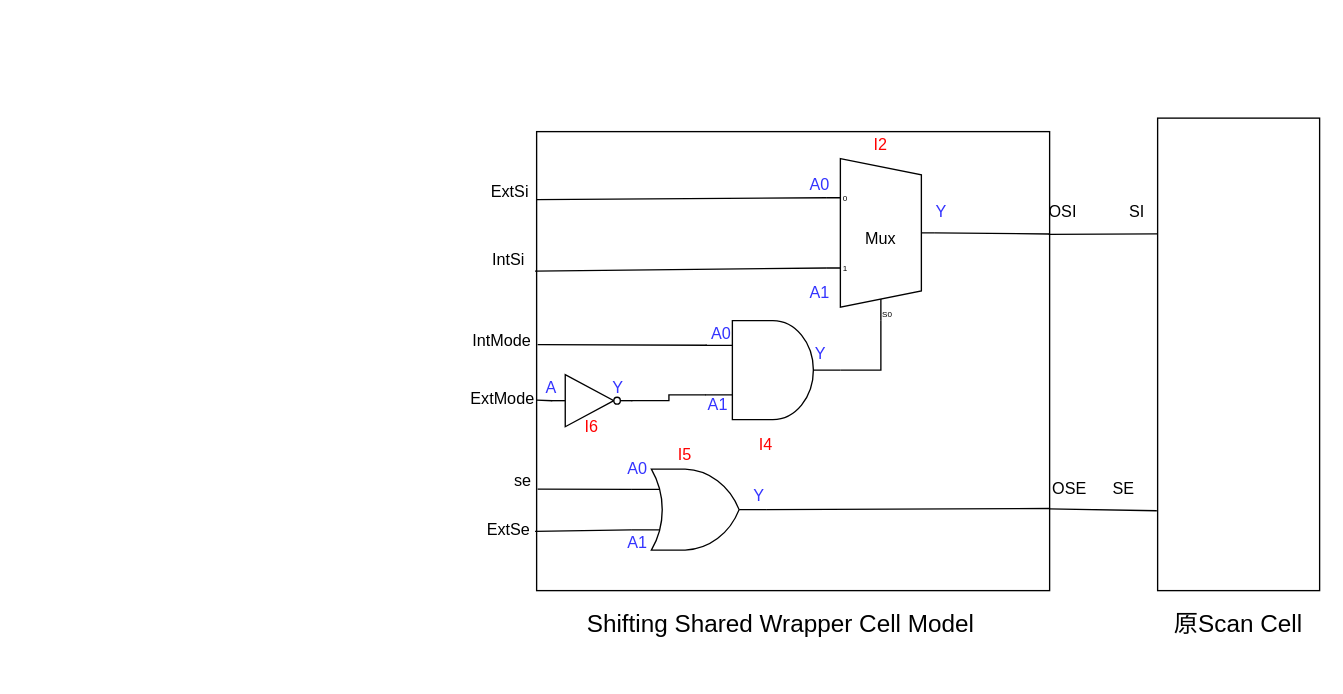
Above: shiftingSharedWrapper.drawio in Gao-June/Algorithm_Exercise (draw.io), before the change. Source tidied: cells renumbered, new cells numbered last; positions are measured from the earlier drawing's top-left corner, leaving out a move shared by most shapes. Both pictures are drawn from the tidied source at 135%, with x=0, y=0 at pixel (468, 23).
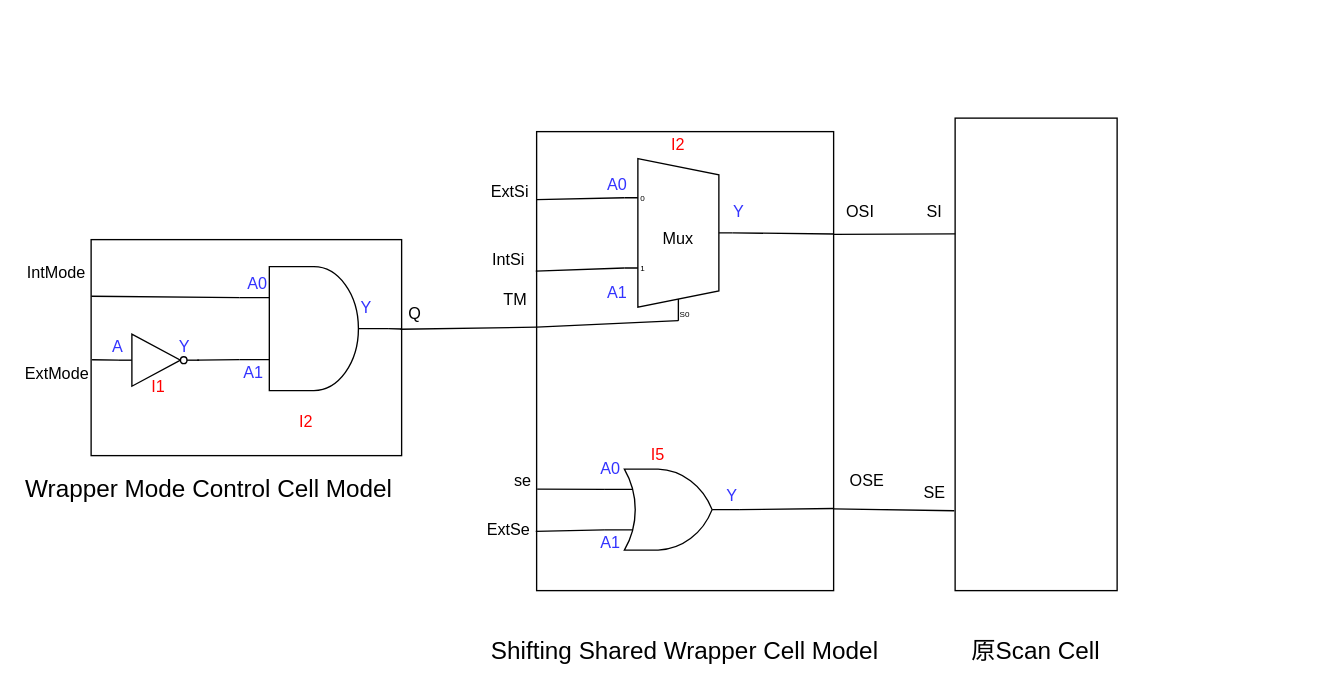
After the change.

Unchanged cells that the change refers to:
```xml
<mxCell id="6" value="Mux" style="shadow=0;dashed=0;align=center;html=1;strokeWidth=1;shape=mxgraph.electrical.abstract.mux2;whiteSpace=wrap;direction=east;flipH=0;flipV=0;" parent="5" vertex="1">
  <mxGeometry x="20" y="20" width="80" height="120" as="geometry" />
</mxCell>
```

The edit, as a diff of the source:
```diff
@@
     <mxCell id="2" style="rounded=0;whiteSpace=wrap;html=1;" parent="1" vertex="1">
-      <mxGeometry x="50" y="80" width="380" height="340" as="geometry" />
+      <mxGeometry x="50" y="80" width="220" height="340" as="geometry" />
     </mxCell>
     <mxCell id="3" value="&lt;font style=&quot;font-size: 18px;&quot;&gt;Shifting Shared Wrapper Cell Model&lt;/font&gt;" style="text;html=1;align=center;verticalAlign=middle;whiteSpace=wrap;rounded=0;" parent="1" vertex="1">
-      <mxGeometry x="41" y="430" width="380" height="30" as="geometry" />
+      <mxGeometry x="-30" y="450" width="380" height="30" as="geometry" />
     </mxCell>
     <mxCell id="4" style="group;" parent="1" vertex="1">
-      <mxGeometry x="270" width="240" height="230" as="geometry" />
+      <mxGeometry x="120" width="240" height="230" as="geometry" />
     </mxCell>
@@
-    <mxCell id="13" style="group;" parent="1" vertex="1">
-      <mxGeometry x="41" y="260" width="89" height="45" as="geometry" />
-    </mxCell>
-    <mxCell id="14" value="&lt;font style=&quot;color: rgb(51, 51, 255);&quot;&gt;A&lt;/font&gt;" style="text;html=1;align=center;verticalAlign=middle;whiteSpace=wrap;rounded=0;" parent="13" vertex="1">
-      <mxGeometry x="10" width="20" height="20" as="geometry" />
-    </mxCell>
-    <mxCell id="15" style="verticalLabelPosition=bottom;shadow=0;dashed=0;align=center;html=1;verticalAlign=top;shape=mxgraph.electrical.logic_gates.inverter_2;" parent="13" vertex="1">
-      <mxGeometry x="20" width="60" height="38.6" as="geometry" />
-    </mxCell>
-    <mxCell id="16" value="&lt;font style=&quot;color: rgb(255, 0, 0);&quot;&gt;I6&lt;/font&gt;" style="text;html=1;align=center;verticalAlign=middle;whiteSpace=wrap;rounded=0;" parent="13" vertex="1">
-      <mxGeometry x="41" y="32.1" width="18" height="12.9" as="geometry" />
-    </mxCell>
-    <mxCell id="17" value="&lt;font style=&quot;color: rgb(51, 51, 255);&quot;&gt;Y&lt;/font&gt;" style="text;html=1;align=center;verticalAlign=middle;whiteSpace=wrap;rounded=0;" parent="13" vertex="1">
-      <mxGeometry x="59" width="21" height="20" as="geometry" />
-    </mxCell>
-    <mxCell id="18" value="IntMode" style="text;html=1;align=center;verticalAlign=middle;whiteSpace=wrap;rounded=0;" parent="1" vertex="1">
-      <mxGeometry y="220" width="49" height="30" as="geometry" />
-    </mxCell>
-    <mxCell id="19" value="ExtMode" style="text;html=1;align=center;verticalAlign=middle;whiteSpace=wrap;rounded=0;" parent="1" vertex="1">
-      <mxGeometry y="262.5" width="50" height="30" as="geometry" />
-    </mxCell>
@@
     <mxCell id="22" style="group;" parent="1" vertex="1">
-      <mxGeometry x="110" y="310" width="120" height="85" as="geometry" />
+      <mxGeometry x="90" y="310" width="120" height="85" as="geometry" />
     </mxCell>
@@
     <mxCell id="30" style="rounded=0;whiteSpace=wrap;html=1;" parent="1" vertex="1">
-      <mxGeometry x="510" y="70" width="120" height="350" as="geometry" />
+      <mxGeometry x="360" y="70" width="120" height="350" as="geometry" />
     </mxCell>
     <mxCell id="31" value="&lt;font style=&quot;font-size: 18px;&quot;&gt;原Scan Cell&lt;/font&gt;" style="text;html=1;align=center;verticalAlign=middle;whiteSpace=wrap;rounded=0;" parent="1" vertex="1">
-      <mxGeometry x="520" y="430" width="100" height="30" as="geometry" />
+      <mxGeometry x="370" y="450" width="100" height="30" as="geometry" />
     </mxCell>
     <mxCell id="32" value="OSE" style="text;html=1;align=center;verticalAlign=middle;whiteSpace=wrap;rounded=0;" parent="1" vertex="1">
-      <mxGeometry x="430" y="330" width="30" height="30" as="geometry" />
+      <mxGeometry x="280" y="323.9" width="30" height="30" as="geometry" />
     </mxCell>
     <mxCell id="33" value="SE" style="text;html=1;align=center;verticalAlign=middle;whiteSpace=wrap;rounded=0;" parent="1" vertex="1">
-      <mxGeometry x="470" y="333" width="30" height="23.9" as="geometry" />
+      <mxGeometry x="330" y="336.1" width="30" height="23.9" as="geometry" />
     </mxCell>
-    <mxCell id="34" style="group;" parent="1" vertex="1">
-      <mxGeometry x="175" y="220" width="100" height="103.9" as="geometry" />
-    </mxCell>
-    <mxCell id="35" value="&lt;font style=&quot;color: rgb(51, 51, 255);&quot;&gt;Y&lt;/font&gt;" style="text;html=1;align=center;verticalAlign=middle;whiteSpace=wrap;rounded=0;" parent="34" vertex="1">
-      <mxGeometry x="80" y="17.5" width="11" height="15" as="geometry" />
-    </mxCell>
-    <mxCell id="36" style="group;" parent="34" vertex="1">
-      <mxGeometry width="100" height="103.9" as="geometry" />
-    </mxCell>
-    <mxCell id="37" value="&lt;font style=&quot;color: rgb(51, 51, 255);&quot;&gt;A0&lt;/font&gt;" style="text;html=1;align=center;verticalAlign=middle;whiteSpace=wrap;rounded=0;" parent="36" vertex="1">
-      <mxGeometry x="5" width="14" height="20" as="geometry" />
-    </mxCell>
-    <mxCell id="38" style="verticalLabelPosition=bottom;shadow=0;dashed=0;align=center;html=1;verticalAlign=top;shape=mxgraph.electrical.logic_gates.logic_gate;operation=and;" parent="36" vertex="1">
-      <mxGeometry width="100" height="73.3" as="geometry" />
-    </mxCell>
-    <mxCell id="39" value="&lt;font style=&quot;color: rgb(255, 0, 0);&quot;&gt;I4&lt;/font&gt;" style="text;html=1;align=center;verticalAlign=middle;whiteSpace=wrap;rounded=0;" parent="36" vertex="1">
-      <mxGeometry x="30" y="79.4" width="30" height="24.4" as="geometry" />
-    </mxCell>
-    <mxCell id="40" value="&lt;font style=&quot;color: rgb(51, 51, 255);&quot;&gt;A1&lt;/font&gt;" style="text;html=1;align=center;verticalAlign=middle;whiteSpace=wrap;rounded=0;" parent="36" vertex="1">
-      <mxGeometry y="53.3" width="19" height="20" as="geometry" />
-    </mxCell>
-    <mxCell id="41" style="endArrow=none;html=1;rounded=0;exitX=0.026;exitY=0.085;exitDx=0;exitDy=0;exitPerimeter=0;entryX=0.983;entryY=0.498;entryDx=0;entryDy=0;entryPerimeter=0;edgeStyle=elbowEdgeStyle;" parent="1" edge="1" source="40" target="15">
-      <mxGeometry relative="1" as="geometry" />
-    </mxCell>
-    <mxCell id="42" style="endArrow=none;html=1;rounded=0;entryX=0.009;entryY=0.502;entryDx=0;entryDy=0;entryPerimeter=0;exitX=0;exitY=0.585;exitDx=0;exitDy=0;exitPerimeter=0;" parent="1" edge="1" source="2" target="15">
-      <mxGeometry relative="1" as="geometry" />
-    </mxCell>
-    <mxCell id="43" style="endArrow=none;html=1;rounded=0;entryX=0.012;entryY=0.249;entryDx=0;entryDy=0;entryPerimeter=0;exitX=0.002;exitY=0.464;exitDx=0;exitDy=0;exitPerimeter=0;" parent="1" edge="1" source="2" target="38">
-      <mxGeometry relative="1" as="geometry" />
-    </mxCell>
@@
-    <mxCell id="48" style="endArrow=none;html=1;rounded=0;entryX=0.375;entryY=1;entryDx=10;entryDy=0;entryPerimeter=0;exitX=1;exitY=0.5;exitDx=0;exitDy=0;exitPerimeter=0;edgeStyle=orthogonalEdgeStyle;elbow=vertical;" parent="1" edge="1" source="38" target="6">
-      <mxGeometry relative="1" as="geometry" />
-    </mxCell>
@@
+    <mxCell id="53" value="TM" style="text;html=1;align=center;verticalAlign=middle;whiteSpace=wrap;rounded=0;" parent="1" vertex="1">
+      <mxGeometry x="19" y="190" width="31" height="30" as="geometry" />
+    </mxCell>
+    <mxCell id="54" style="endArrow=none;html=1;rounded=0;entryX=0.375;entryY=1;entryDx=10;entryDy=0;entryPerimeter=0;exitX=0;exitY=0.426;exitDx=0;exitDy=0;exitPerimeter=0;" parent="1" edge="1" source="2" target="6">
+      <mxGeometry relative="1" as="geometry" />
+    </mxCell>
+    <mxCell id="55" value="&lt;font style=&quot;font-size: 18px;&quot;&gt;Wrapper Mode Control Cell Model&lt;/font&gt;" style="text;html=1;align=center;verticalAlign=middle;whiteSpace=wrap;rounded=0;" parent="1" vertex="1">
+      <mxGeometry x="-330" y="330" width="275.2" height="30" as="geometry" />
+    </mxCell>
+    <mxCell id="56" style="group;" parent="1" vertex="1">
+      <mxGeometry x="-330" y="160" width="300" height="160" as="geometry" />
+    </mxCell>
+    <mxCell id="57" style="rounded=0;whiteSpace=wrap;html=1;" parent="56" vertex="1">
+      <mxGeometry x="50" width="230" height="160" as="geometry" />
+    </mxCell>
+    <mxCell id="58" style="group;" parent="56" vertex="1">
+      <mxGeometry x="50" y="70" width="89" height="45" as="geometry" />
+    </mxCell>
+    <mxCell id="14" value="&lt;font style=&quot;color: rgb(51, 51, 255);&quot;&gt;A&lt;/font&gt;" style="text;html=1;align=center;verticalAlign=middle;whiteSpace=wrap;rounded=0;" parent="58" vertex="1">
+      <mxGeometry x="10" width="20" height="20" as="geometry" />
+    </mxCell>
+    <mxCell id="15" style="verticalLabelPosition=bottom;shadow=0;dashed=0;align=center;html=1;verticalAlign=top;shape=mxgraph.electrical.logic_gates.inverter_2;" parent="58" vertex="1">
+      <mxGeometry x="20" width="60" height="38.6" as="geometry" />
+    </mxCell>
+    <mxCell id="59" value="&lt;font style=&quot;color: rgb(255, 0, 0);&quot;&gt;I1&lt;/font&gt;" style="text;html=1;align=center;verticalAlign=middle;whiteSpace=wrap;rounded=0;" parent="58" vertex="1">
+      <mxGeometry x="41" y="32.1" width="18" height="12.9" as="geometry" />
+    </mxCell>
+    <mxCell id="17" value="&lt;font style=&quot;color: rgb(51, 51, 255);&quot;&gt;Y&lt;/font&gt;" style="text;html=1;align=center;verticalAlign=middle;whiteSpace=wrap;rounded=0;" parent="58" vertex="1">
+      <mxGeometry x="59" width="21" height="20" as="geometry" />
+    </mxCell>
+    <mxCell id="60" style="group;" parent="56" vertex="1">
+      <mxGeometry x="160" y="20" width="110" height="130" as="geometry" />
+    </mxCell>
+    <mxCell id="35" value="&lt;font style=&quot;color: rgb(51, 51, 255);&quot;&gt;Y&lt;/font&gt;" style="text;html=1;align=center;verticalAlign=middle;whiteSpace=wrap;rounded=0;" parent="60" vertex="1">
+      <mxGeometry x="88" y="21.9" width="12.1" height="18.8" as="geometry" />
+    </mxCell>
+    <mxCell id="61" style="group;" parent="60" vertex="1">
+      <mxGeometry width="110" height="130" as="geometry" />
+    </mxCell>
+    <mxCell id="37" value="&lt;font style=&quot;color: rgb(51, 51, 255);&quot;&gt;A0&lt;/font&gt;" style="text;html=1;align=center;verticalAlign=middle;whiteSpace=wrap;rounded=0;" parent="61" vertex="1">
+      <mxGeometry x="5.5" width="15.4" height="25" as="geometry" />
+    </mxCell>
+    <mxCell id="62" style="verticalLabelPosition=bottom;shadow=0;dashed=0;align=center;html=1;verticalAlign=top;shape=mxgraph.electrical.logic_gates.logic_gate;operation=and;" parent="61" vertex="1">
+      <mxGeometry width="110" height="91.8" as="geometry" />
+    </mxCell>
+    <mxCell id="63" value="&lt;font style=&quot;color: rgb(255, 0, 0);&quot;&gt;I2&lt;/font&gt;" style="text;html=1;align=center;verticalAlign=middle;whiteSpace=wrap;rounded=0;" parent="61" vertex="1">
+      <mxGeometry x="33" y="99.4" width="33" height="30.6" as="geometry" />
+    </mxCell>
+    <mxCell id="40" value="&lt;font style=&quot;color: rgb(51, 51, 255);&quot;&gt;A1&lt;/font&gt;" style="text;html=1;align=center;verticalAlign=middle;whiteSpace=wrap;rounded=0;" parent="61" vertex="1">
+      <mxGeometry y="66.7" width="20.9" height="25" as="geometry" />
+    </mxCell>
+    <mxCell id="64" style="endArrow=none;html=1;rounded=0;exitX=0.976;exitY=0.5;exitDx=0;exitDy=0;exitPerimeter=0;entryX=0;entryY=0.75;entryDx=0;entryDy=0;entryPerimeter=0;" parent="56" edge="1" source="15" target="62">
+      <mxGeometry relative="1" as="geometry" />
+    </mxCell>
+    <mxCell id="18" value="IntMode" style="text;html=1;align=center;verticalAlign=middle;whiteSpace=wrap;rounded=0;" parent="56" vertex="1">
+      <mxGeometry y="10" width="49" height="30" as="geometry" />
+    </mxCell>
+    <mxCell id="19" value="ExtMode" style="text;html=1;align=center;verticalAlign=middle;whiteSpace=wrap;rounded=0;" parent="56" vertex="1">
+      <mxGeometry y="85" width="50" height="30" as="geometry" />
+    </mxCell>
+    <mxCell id="65" value="Q" style="text;html=1;align=center;verticalAlign=middle;whiteSpace=wrap;rounded=0;" parent="56" vertex="1">
+      <mxGeometry x="280" y="40" width="20" height="30" as="geometry" />
+    </mxCell>
+    <mxCell id="66" style="endArrow=none;html=1;rounded=0;entryX=0;entryY=0.25;entryDx=0;entryDy=0;entryPerimeter=0;exitX=0.001;exitY=0.262;exitDx=0;exitDy=0;exitPerimeter=0;" parent="56" edge="1" source="57" target="62">
+      <mxGeometry relative="1" as="geometry" />
+    </mxCell>
+    <mxCell id="67" style="endArrow=none;html=1;rounded=0;entryX=0;entryY=0.5;entryDx=0;entryDy=0;entryPerimeter=0;exitX=0.003;exitY=0.556;exitDx=0;exitDy=0;exitPerimeter=0;" parent="56" edge="1" source="57" target="15">
+      <mxGeometry relative="1" as="geometry" />
+    </mxCell>
+    <mxCell id="68" style="endArrow=none;html=1;rounded=0;exitX=1;exitY=0.5;exitDx=0;exitDy=0;exitPerimeter=0;entryX=0.999;entryY=0.414;entryDx=0;entryDy=0;entryPerimeter=0;" parent="56" edge="1" source="62" target="57">
+      <mxGeometry relative="1" as="geometry" />
+    </mxCell>
+    <mxCell id="69" style="endArrow=none;html=1;rounded=0;exitX=0.996;exitY=0.415;exitDx=0;exitDy=0;exitPerimeter=0;entryX=0;entryY=0.426;entryDx=0;entryDy=0;entryPerimeter=0;" parent="1" edge="1" source="57" target="2">
+      <mxGeometry relative="1" as="geometry" />
+    </mxCell>
```
